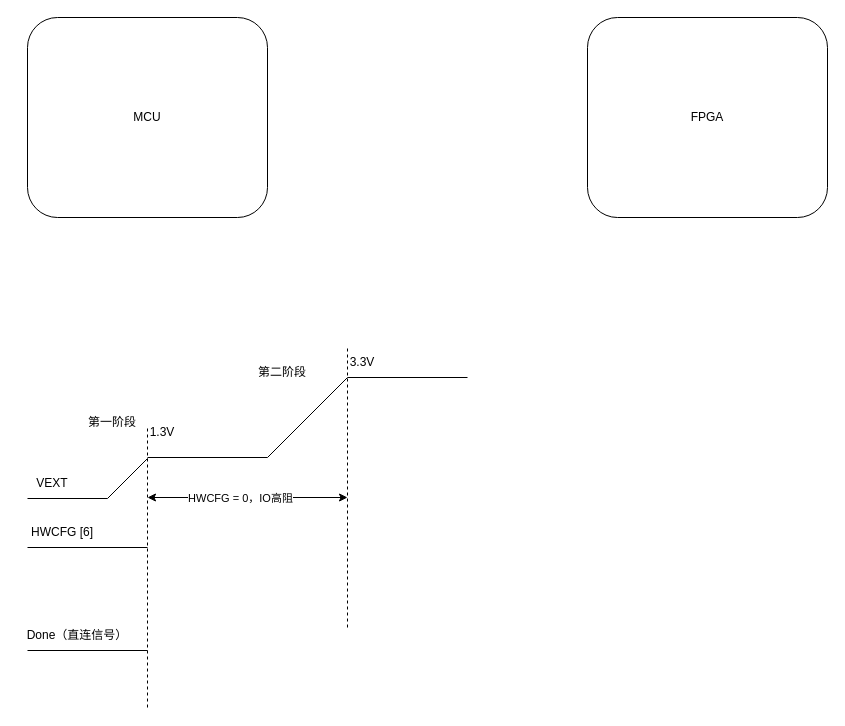
Above: 未命名绘图.drawio in shenwangchong/learngit (draw.io), before the change. Source tidied: cells renumbered, new cells numbered last; positions are measured from the earlier drawing's top-left corner, leaving out a move shared by most shapes. Both pictures are drawn from the tidied source at 100%, with x=0, y=0 at pixel (17, 17).
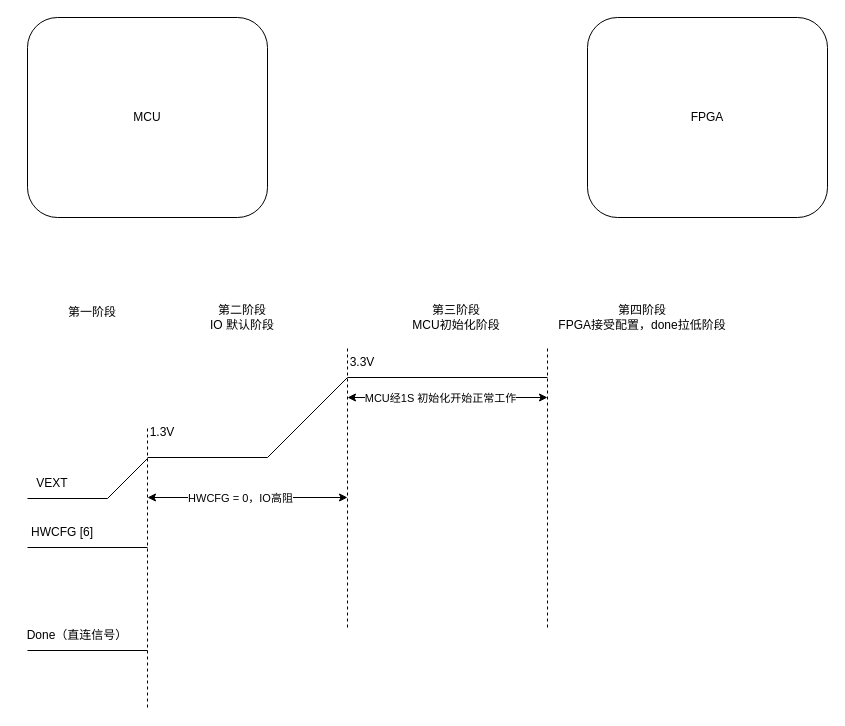
The same page after the edit.

What changed in the source:
```diff
@@
     <mxCell id="10" value="第一阶段" style="text;html=1;whiteSpace=wrap;strokeColor=none;fillColor=none;align=center;verticalAlign=middle;rounded=0;" parent="1" vertex="1">
-      <mxGeometry x="60" y="390" width="70" height="30" as="geometry" />
+      <mxGeometry x="40" y="280" width="70" height="30" as="geometry" />
     </mxCell>
@@
     <mxCell id="12" style="endArrow=none;html=1;rounded=0;" parent="1" edge="1">
       <mxGeometry relative="1" as="geometry">
         <mxPoint x="330" y="360" as="sourcePoint" />
-        <mxPoint x="450" y="360" as="targetPoint" />
+        <mxPoint x="530" y="360" as="targetPoint" />
       </mxGeometry>
     </mxCell>
@@
-    <mxCell id="15" value="第二阶段" style="text;html=1;whiteSpace=wrap;strokeColor=none;fillColor=none;align=center;verticalAlign=middle;rounded=0;" parent="1" vertex="1">
-      <mxGeometry x="230" y="340" width="70" height="30" as="geometry" />
+    <mxCell id="15" value="第二阶段&lt;div&gt;IO 默认阶段&lt;/div&gt;" style="text;html=1;whiteSpace=wrap;strokeColor=none;fillColor=none;align=center;verticalAlign=middle;rounded=0;" parent="1" vertex="1">
+      <mxGeometry x="180" y="280" width="90" height="40" as="geometry" />
     </mxCell>
@@
+    <mxCell id="22" style="endArrow=none;dashed=1;html=1;rounded=0;" parent="1" edge="1">
+      <mxGeometry relative="1" as="geometry">
+        <mxPoint x="530" y="610" as="sourcePoint" />
+        <mxPoint x="530" y="330" as="targetPoint" />
+      </mxGeometry>
+    </mxCell>
+    <mxCell id="23" style="endArrow=classic;startArrow=classic;html=1;rounded=0;" parent="1" edge="1">
+      <mxGeometry relative="1" as="geometry">
+        <mxPoint x="330" y="380" as="sourcePoint" />
+        <mxPoint x="530" y="380" as="targetPoint" />
+      </mxGeometry>
+    </mxCell>
+    <mxCell id="24" value="MCU经1S 初始化开始正常工作" style="edgeLabel;html=1;align=center;verticalAlign=middle;" parent="23" vertex="1">
+      <mxGeometry x="-0.08" relative="1" as="geometry" />
+    </mxCell>
+    <mxCell id="25" value="第三阶段&lt;div&gt;MCU初始化阶段&lt;/div&gt;" style="text;html=1;whiteSpace=wrap;strokeColor=none;fillColor=none;align=center;verticalAlign=middle;rounded=0;" parent="1" vertex="1">
+      <mxGeometry x="384" y="280" width="110" height="40" as="geometry" />
+    </mxCell>
+    <mxCell id="26" value="第四阶段&lt;div&gt;FPGA接受配置，done拉低阶段&lt;/div&gt;" style="text;html=1;whiteSpace=wrap;strokeColor=none;fillColor=none;align=center;verticalAlign=middle;rounded=0;" parent="1" vertex="1">
+      <mxGeometry x="530" y="280" width="190" height="40" as="geometry" />
+    </mxCell>
```
